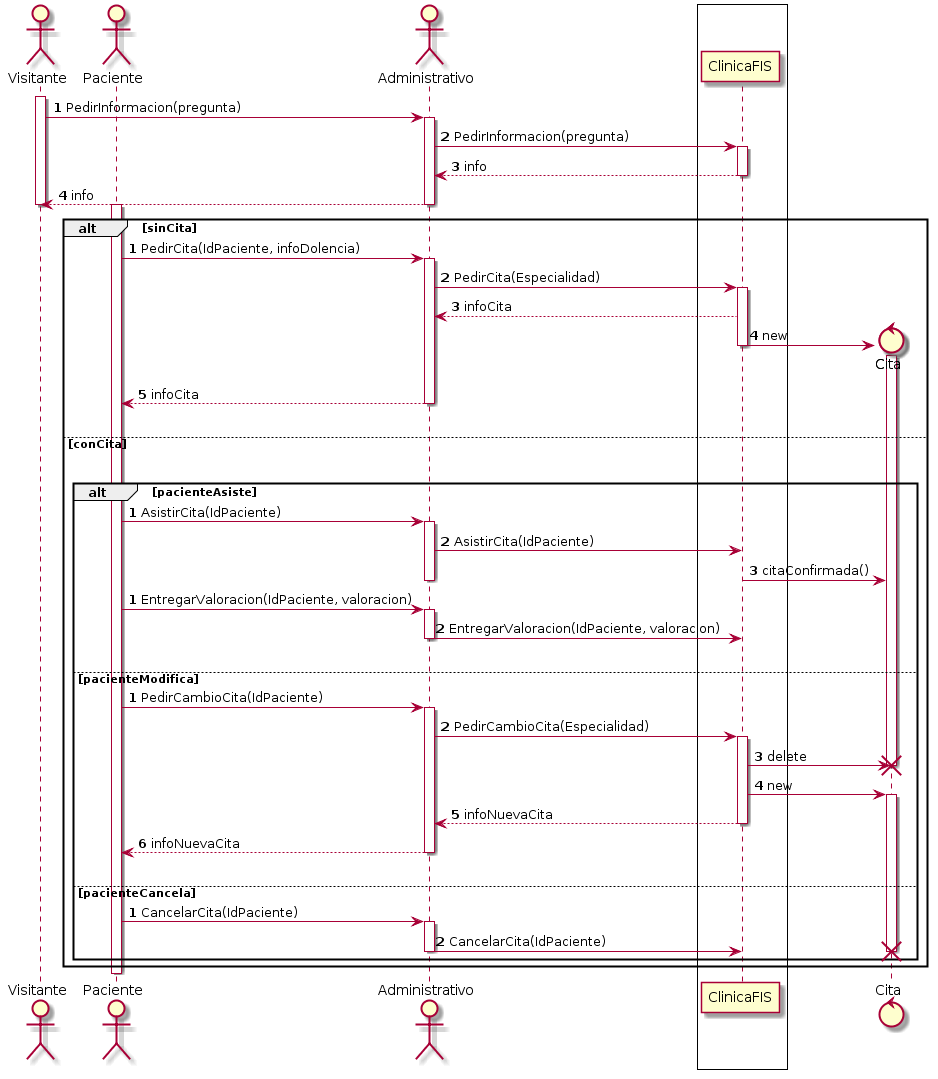
This is p3/diagramas/diagramaMostrador.png from jmml97/fis-practicas, a PlantUML export, as it was before one commit.
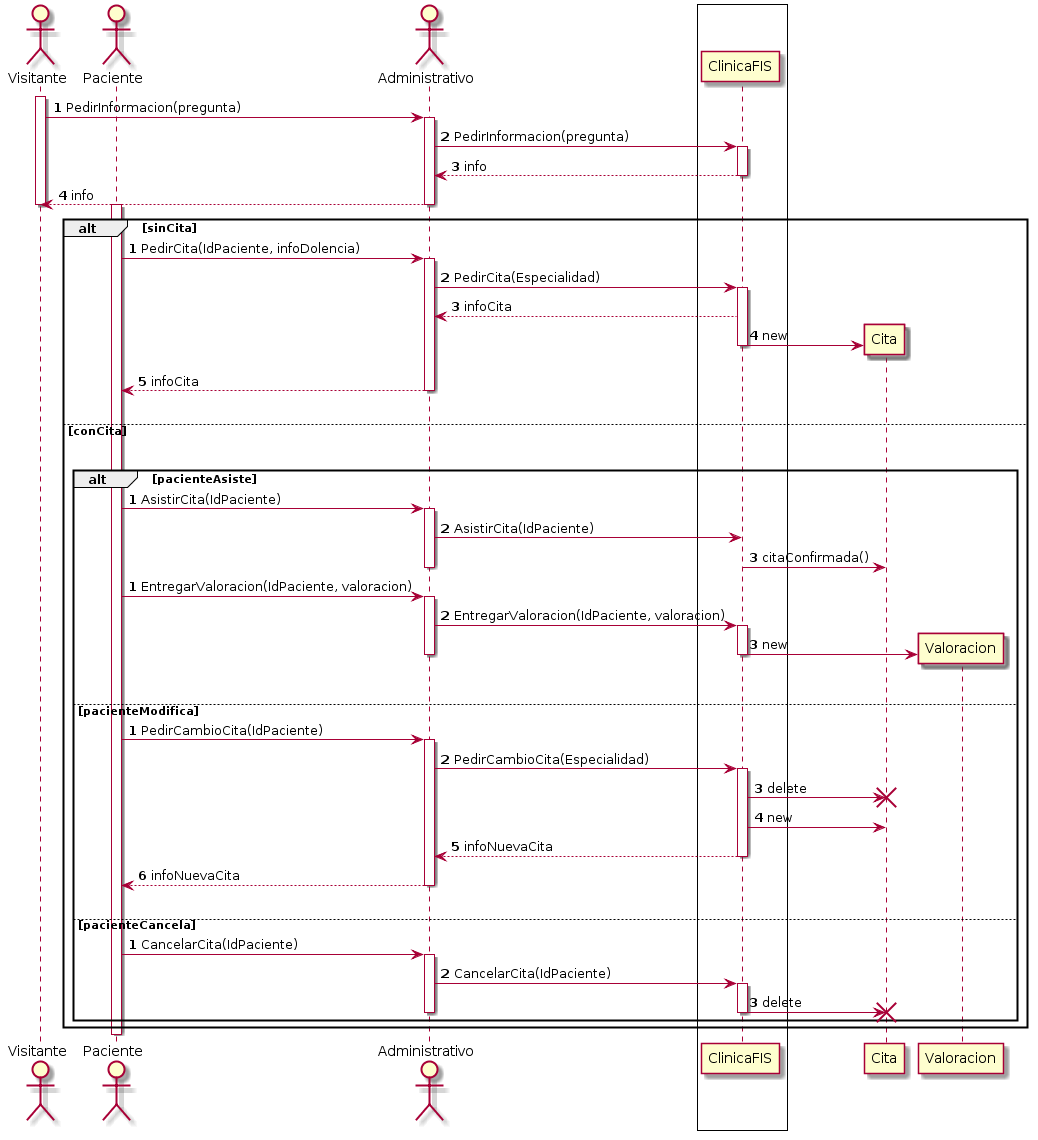
After the change.

Commit message:
Update IdAtributos de DClases y mis Diagramas

Diff of the diagram source:
```diff
@@ -33,9 +33,8 @@
  A-> ClinicaFIS: PedirCita(Especialidad)
  Activate ClinicaFIS
  ClinicaFIS-->A: infoCita
- create control Cita
+ create Cita
  ClinicaFIS -> Cita: new
- activate Cita
  deactivate ClinicaFIS
  A-->P: infoCita
  deactivate A
@@ -60,6 +59,10 @@
  P->A: EntregarValoracion(IdPaciente, valoracion)
  activate A
  A->ClinicaFIS: EntregarValoracion(IdPaciente, valoracion)
+ activate ClinicaFIS
+ create Valoracion
+ ClinicaFIS -> Valoracion : new
+ deactivate ClinicaFIS
  deactivate A
  autonumber stop
 
@@ -73,9 +76,7 @@
   activate ClinicaFIS
   ClinicaFIS -> Cita: delete
   destroy Cita
-  create control Cita
   ClinicaFIS -> Cita: new
-  activate Cita
   ClinicaFIS-->A: infoNuevaCita
   deactivate ClinicaFIS
   A-->P: infoNuevaCita
@@ -88,7 +89,10 @@
   P->A: CancelarCita(IdPaciente)
   activate A
   A->ClinicaFIS: CancelarCita(IdPaciente)
+  activate ClinicaFIS
+  ClinicaFIS -> Cita : delete
   destroy Cita
+  deactivate ClinicaFIS
   deactivate A
  end
 
```
